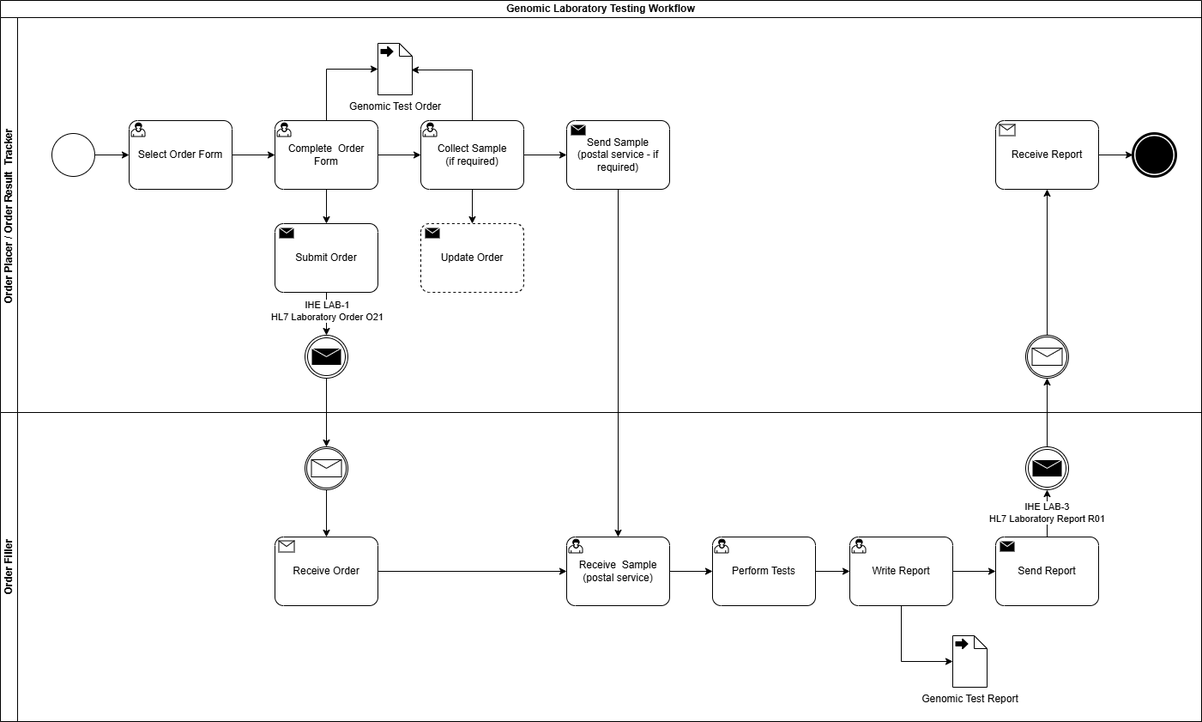
Before: input/images/LTW Use Case 1 and 4.drawio.png, a diagram exported from draw.io (nw-gmsa/nw-gmsa.github.com). Source tidied: cells renumbered, new cells last; positions are measured from the earlier drawing's top-left corner, leaving out a move shared by most shapes.
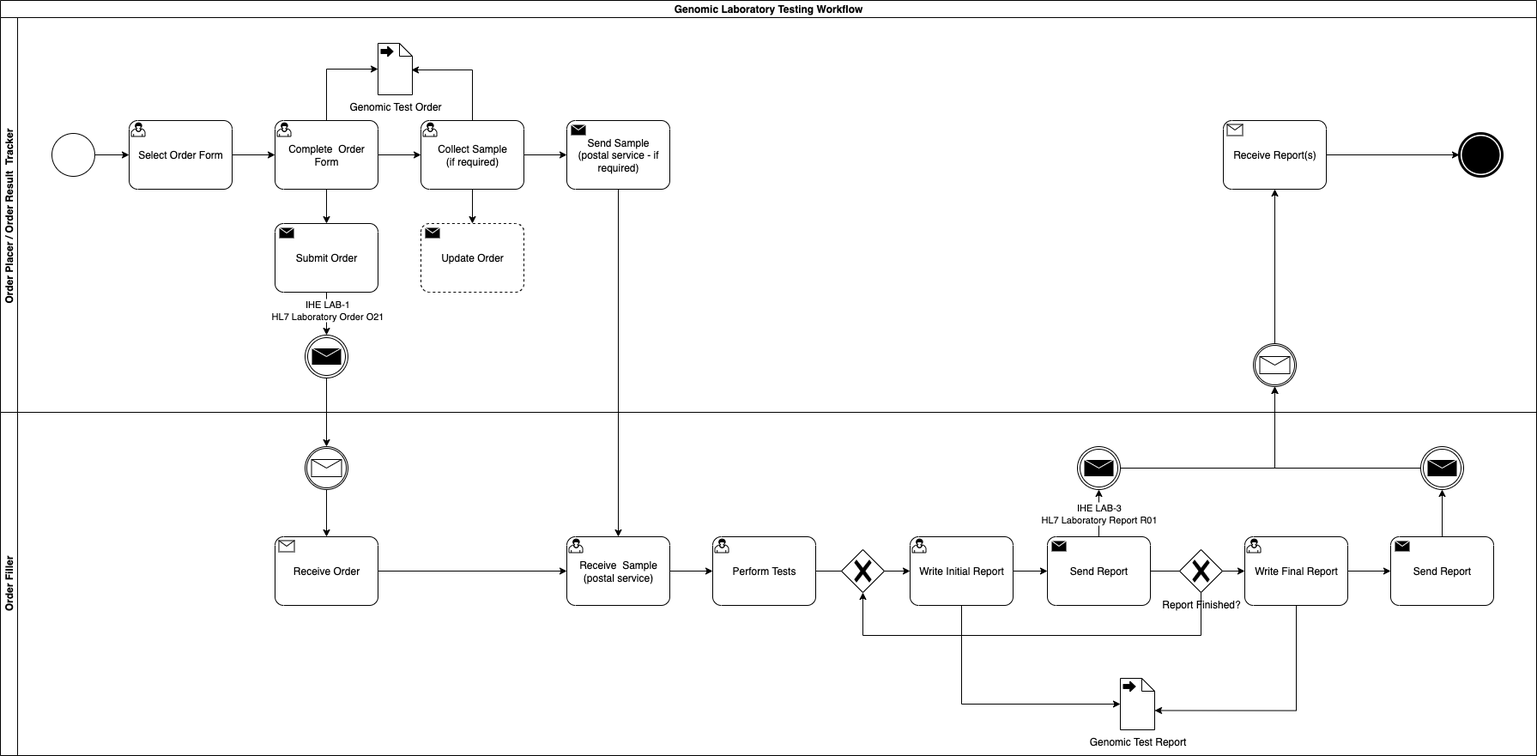
The same diagram one commit later.

Commit message:
Tidy of MRN

What changed in the source:
```diff
@@ -3,10 +3,10 @@
     <mxCell id="0" />
     <mxCell id="1" parent="0" />
     <mxCell id="2" value="Genomic Laboratory Testing Workflow" style="swimlane;html=1;horizontal=1;startSize=20;whiteSpace=wrap;" parent="1" vertex="1">
-      <mxGeometry width="1400" height="840" as="geometry" />
+      <mxGeometry width="1790" height="880" as="geometry" />
     </mxCell>
     <mxCell id="3" value="Order Placer / Order Result&amp;nbsp; Tracker&amp;nbsp;" style="swimlane;html=1;startSize=20;horizontal=0;" parent="2" vertex="1">
-      <mxGeometry y="20" width="1400" height="460" as="geometry" />
+      <mxGeometry y="20" width="1790" height="460" as="geometry" />
     </mxCell>
     <mxCell id="4" style="edgeStyle=orthogonalEdgeStyle;rounded=0;jettySize=auto;html=1;entryX=0;entryY=0.5;entryDx=0;entryDy=0;entryPerimeter=0;" parent="3" edge="1" source="5" target="7">
       <mxGeometry relative="1" as="geometry" />
@@ -60,11 +60,11 @@
     <mxCell id="19" style="edgeStyle=orthogonalEdgeStyle;rounded=0;jettySize=auto;html=1;entryX=0;entryY=0.5;entryDx=0;entryDy=0;entryPerimeter=0;" parent="3" edge="1" source="14" target="18">
       <mxGeometry relative="1" as="geometry" />
     </mxCell>
-    <mxCell id="20" value="Receive Report" style="points=[[0.25,0,0],[0.5,0,0],[0.75,0,0],[1,0.25,0],[1,0.5,0],[1,0.75,0],[0.75,1,0],[0.5,1,0],[0.25,1,0],[0,0.75,0],[0,0.5,0],[0,0.25,0]];shape=mxgraph.bpmn.task2;whiteSpace=wrap;rectStyle=rounded;size=10;html=1;taskMarker=receive;" parent="3" vertex="1">
-      <mxGeometry x="1160" y="120" width="120" height="80" as="geometry" />
+    <mxCell id="20" value="Receive Report(s)" style="points=[[0.25,0,0],[0.5,0,0],[0.75,0,0],[1,0.25,0],[1,0.5,0],[1,0.75,0],[0.75,1,0],[0.5,1,0],[0.25,1,0],[0,0.75,0],[0,0.5,0],[0,0.25,0]];shape=mxgraph.bpmn.task2;whiteSpace=wrap;rectStyle=rounded;size=10;html=1;taskMarker=receive;" parent="3" vertex="1">
+      <mxGeometry x="1425" y="120" width="120" height="80" as="geometry" />
     </mxCell>
     <mxCell id="21" style="points=[[0.145,0.145,0],[0.5,0,0],[0.855,0.145,0],[1,0.5,0],[0.855,0.855,0],[0.5,1,0],[0.145,0.855,0],[0,0.5,0]];shape=mxgraph.bpmn.event;html=1;verticalLabelPosition=bottom;labelBackgroundColor=#ffffff;verticalAlign=top;align=center;perimeter=ellipsePerimeter;outlineConnect=0;outline=end;symbol=terminate;" parent="3" vertex="1">
-      <mxGeometry x="1320" y="135" width="50" height="50" as="geometry" />
+      <mxGeometry x="1700" y="135" width="50" height="50" as="geometry" />
     </mxCell>
     <mxCell id="22" style="edgeStyle=orthogonalEdgeStyle;rounded=0;jettySize=auto;html=1;" parent="3" edge="1" source="20" target="21">
       <mxGeometry relative="1" as="geometry" />
@@ -79,13 +79,13 @@
       <mxGeometry x="-0.18" relative="1" as="geometry" />
     </mxCell>
     <mxCell id="26" style="points=[[0.145,0.145,0],[0.5,0,0],[0.855,0.145,0],[1,0.5,0],[0.855,0.855,0],[0.5,1,0],[0.145,0.855,0],[0,0.5,0]];shape=mxgraph.bpmn.event;html=1;verticalLabelPosition=bottom;labelBackgroundColor=#ffffff;verticalAlign=top;align=center;perimeter=ellipsePerimeter;outlineConnect=0;outline=catching;symbol=message;" parent="3" vertex="1">
-      <mxGeometry x="1195" y="370" width="50" height="50" as="geometry" />
+      <mxGeometry x="1460" y="380" width="50" height="50" as="geometry" />
     </mxCell>
     <mxCell id="27" style="edgeStyle=orthogonalEdgeStyle;rounded=0;jettySize=auto;html=1;entryX=0.5;entryY=1;entryDx=0;entryDy=0;entryPerimeter=0;" parent="3" edge="1" source="26" target="20">
       <mxGeometry relative="1" as="geometry" />
     </mxCell>
     <mxCell id="28" value="Order Filler" style="swimlane;html=1;startSize=20;horizontal=0;" parent="2" vertex="1">
-      <mxGeometry y="480" width="1400" height="360" as="geometry" />
+      <mxGeometry y="480" width="1790" height="400" as="geometry" />
     </mxCell>
     <mxCell id="29" style="edgeStyle=orthogonalEdgeStyle;rounded=0;jettySize=auto;html=1;" parent="28" edge="1" source="30" target="39">
       <mxGeometry relative="1" as="geometry" />
@@ -99,28 +99,18 @@
     <mxCell id="32" value="Perform Tests" style="points=[[0.25,0,0],[0.5,0,0],[0.75,0,0],[1,0.25,0],[1,0.5,0],[1,0.75,0],[0.75,1,0],[0.5,1,0],[0.25,1,0],[0,0.75,0],[0,0.5,0],[0,0.25,0]];shape=mxgraph.bpmn.task2;whiteSpace=wrap;rectStyle=rounded;size=10;html=1;taskMarker=user;" parent="28" vertex="1">
       <mxGeometry x="830" y="145" width="120" height="80" as="geometry" />
     </mxCell>
-    <mxCell id="33" value="Write Report" style="points=[[0.25,0,0],[0.5,0,0],[0.75,0,0],[1,0.25,0],[1,0.5,0],[1,0.75,0],[0.75,1,0],[0.5,1,0],[0.25,1,0],[0,0.75,0],[0,0.5,0],[0,0.25,0]];shape=mxgraph.bpmn.task2;whiteSpace=wrap;rectStyle=rounded;size=10;html=1;taskMarker=user;" parent="28" vertex="1">
-      <mxGeometry x="990" y="145" width="120" height="80" as="geometry" />
+    <mxCell id="33" value="Write Initial Report" style="points=[[0.25,0,0],[0.5,0,0],[0.75,0,0],[1,0.25,0],[1,0.5,0],[1,0.75,0],[0.75,1,0],[0.5,1,0],[0.25,1,0],[0,0.75,0],[0,0.5,0],[0,0.25,0]];shape=mxgraph.bpmn.task2;whiteSpace=wrap;rectStyle=rounded;size=10;html=1;taskMarker=user;" parent="28" vertex="1">
+      <mxGeometry x="1060" y="145" width="120" height="80" as="geometry" />
     </mxCell>
     <mxCell id="34" style="edgeStyle=orthogonalEdgeStyle;rounded=0;jettySize=auto;html=1;entryX=0;entryY=0.5;entryDx=0;entryDy=0;entryPerimeter=0;" parent="28" edge="1" source="32" target="33">
       <mxGeometry relative="1" as="geometry" />
     </mxCell>
     <mxCell id="35" value="Send Report" style="points=[[0.25,0,0],[0.5,0,0],[0.75,0,0],[1,0.25,0],[1,0.5,0],[1,0.75,0],[0.75,1,0],[0.5,1,0],[0.25,1,0],[0,0.75,0],[0,0.5,0],[0,0.25,0]];shape=mxgraph.bpmn.task2;whiteSpace=wrap;rectStyle=rounded;size=10;html=1;taskMarker=send;" parent="28" vertex="1">
-      <mxGeometry x="1160" y="145" width="120" height="80" as="geometry" />
+      <mxGeometry x="1220" y="145" width="120" height="80" as="geometry" />
     </mxCell>
-    <mxCell id="36" style="edgeStyle=orthogonalEdgeStyle;rounded=0;jettySize=auto;html=1;entryX=0;entryY=0.5;entryDx=0;entryDy=0;entryPerimeter=0;" parent="28" edge="1" source="33" target="35">
-      <mxGeometry relative="1" as="geometry" />
-    </mxCell>
     <mxCell id="37" value="Genomic Test Report" style="shape=mxgraph.bpmn.data2;labelPosition=center;verticalLabelPosition=bottom;align=center;verticalAlign=top;size=15;html=1;bpmnTransferType=output;" parent="28" vertex="1">
-      <mxGeometry x="1110" y="260" width="40" height="60" as="geometry" />
+      <mxGeometry x="1305" y="310" width="40" height="60" as="geometry" />
     </mxCell>
-    <mxCell id="38" style="edgeStyle=orthogonalEdgeStyle;rounded=0;jettySize=auto;html=1;entryX=0;entryY=0.5;entryDx=0;entryDy=0;entryPerimeter=0;" parent="28" edge="1" source="33" target="37">
-      <mxGeometry relative="1" as="geometry">
-        <Array as="points">
-          <mxPoint x="1050" y="175" />
-        </Array>
-      </mxGeometry>
-    </mxCell>
     <mxCell id="39" value="Receive&amp;nbsp; Sample&lt;br&gt;(postal service)" style="points=[[0.25,0,0],[0.5,0,0],[0.75,0,0],[1,0.25,0],[1,0.5,0],[1,0.75,0],[0.75,1,0],[0.5,1,0],[0.25,1,0],[0,0.75,0],[0,0.5,0],[0,0.25,0]];shape=mxgraph.bpmn.task2;whiteSpace=wrap;rectStyle=rounded;size=10;html=1;taskMarker=user;bpmnShapeType=task;" parent="28" vertex="1">
       <mxGeometry x="660" y="145" width="120" height="80" as="geometry" />
     </mxCell>
@@ -131,7 +121,7 @@
       <mxGeometry x="355" y="40" width="50" height="50" as="geometry" />
     </mxCell>
     <mxCell id="42" style="points=[[0.145,0.145,0],[0.5,0,0],[0.855,0.145,0],[1,0.5,0],[0.855,0.855,0],[0.5,1,0],[0.145,0.855,0],[0,0.5,0]];shape=mxgraph.bpmn.event;html=1;verticalLabelPosition=bottom;labelBackgroundColor=#ffffff;verticalAlign=top;align=center;perimeter=ellipsePerimeter;outlineConnect=0;outline=throwing;symbol=message;" parent="28" vertex="1">
-      <mxGeometry x="1195" y="40" width="50" height="50" as="geometry" />
+      <mxGeometry x="1255" y="40" width="50" height="50" as="geometry" />
     </mxCell>
     <mxCell id="43" style="edgeStyle=orthogonalEdgeStyle;rounded=0;jettySize=auto;html=1;entryX=0.5;entryY=1;entryDx=0;entryDy=0;entryPerimeter=0;" parent="28" edge="1" source="35" target="42">
       <mxGeometry relative="1" as="geometry" />
@@ -139,6 +129,35 @@
     <mxCell id="44" value="IHE LAB-3&lt;br&gt;HL7 Laboratory Report R01" style="edgeLabel;html=1;align=center;verticalAlign=middle;" parent="43" vertex="1">
       <mxGeometry x="0.04" y="1" relative="1" as="geometry" />
     </mxCell>
+    <mxCell id="48" style="points=[[0.145,0.145,0],[0.5,0,0],[0.855,0.145,0],[1,0.5,0],[0.855,0.855,0],[0.5,1,0],[0.145,0.855,0],[0,0.5,0]];shape=mxgraph.bpmn.event;html=1;verticalLabelPosition=bottom;labelBackgroundColor=#ffffff;verticalAlign=top;align=center;perimeter=ellipsePerimeter;outlineConnect=0;outline=throwing;symbol=message;" parent="28" vertex="1">
+      <mxGeometry x="1655" y="40" width="50" height="50" as="geometry" />
+    </mxCell>
+    <mxCell id="49" style="points=[[0.25,0.25,0],[0.5,0,0],[0.75,0.25,0],[1,0.5,0],[0.75,0.75,0],[0.5,1,0],[0.25,0.75,0],[0,0.5,0]];shape=mxgraph.bpmn.gateway2;html=1;verticalLabelPosition=bottom;labelBackgroundColor=#ffffff;verticalAlign=top;align=center;perimeter=rhombusPerimeter;outlineConnect=0;outline=none;symbol=none;gwType=exclusive;" parent="28" vertex="1">
+      <mxGeometry x="980" y="160" width="50" height="50" as="geometry" />
+    </mxCell>
+    <mxCell id="36" style="edgeStyle=orthogonalEdgeStyle;rounded=0;jettySize=auto;html=1;entryX=0;entryY=0.5;entryDx=0;entryDy=0;entryPerimeter=0;" parent="28" edge="1" source="33" target="35">
+      <mxGeometry relative="1" as="geometry" />
+    </mxCell>
+    <mxCell id="50" value="Write Final Report" style="points=[[0.25,0,0],[0.5,0,0],[0.75,0,0],[1,0.25,0],[1,0.5,0],[1,0.75,0],[0.75,1,0],[0.5,1,0],[0.25,1,0],[0,0.75,0],[0,0.5,0],[0,0.25,0]];shape=mxgraph.bpmn.task2;whiteSpace=wrap;rectStyle=rounded;size=10;html=1;taskMarker=user;" parent="28" vertex="1">
+      <mxGeometry x="1450" y="145" width="120" height="80" as="geometry" />
+    </mxCell>
+    <mxCell id="51" style="edgeStyle=orthogonalEdgeStyle;rounded=0;jettySize=auto;html=1;" parent="28" edge="1" source="35" target="50">
+      <mxGeometry relative="1" as="geometry" />
+    </mxCell>
+    <mxCell id="52" style="edgeStyle=orthogonalEdgeStyle;rounded=0;jettySize=auto;html=1;entryX=0;entryY=0;entryDx=40;entryDy=37.5;entryPerimeter=0;" parent="28" edge="1" source="50" target="37">
+      <mxGeometry relative="1" as="geometry">
+        <Array as="points">
+          <mxPoint x="1510" y="348" />
+        </Array>
+      </mxGeometry>
+    </mxCell>
+    <mxCell id="38" style="edgeStyle=orthogonalEdgeStyle;rounded=0;jettySize=auto;html=1;entryX=0;entryY=0.5;entryDx=0;entryDy=0;entryPerimeter=0;" parent="28" edge="1" source="33" target="37">
+      <mxGeometry relative="1" as="geometry">
+        <Array as="points">
+          <mxPoint x="1120" y="340" />
+        </Array>
+      </mxGeometry>
+    </mxCell>
     <mxCell id="45" style="edgeStyle=orthogonalEdgeStyle;rounded=0;jettySize=auto;html=1;" parent="2" edge="1" source="18" target="39">
       <mxGeometry relative="1" as="geometry" />
     </mxCell>
@@ -148,5 +167,28 @@
     <mxCell id="47" style="edgeStyle=orthogonalEdgeStyle;rounded=0;jettySize=auto;html=1;entryX=0.5;entryY=1;entryDx=0;entryDy=0;entryPerimeter=0;" parent="2" edge="1" source="42" target="26">
       <mxGeometry relative="1" as="geometry" />
     </mxCell>
+    <mxCell id="53" style="edgeStyle=orthogonalEdgeStyle;rounded=0;jettySize=auto;html=1;entryX=0.5;entryY=1;entryDx=0;entryDy=0;entryPerimeter=0;" parent="2" edge="1" source="48" target="26">
+      <mxGeometry relative="1" as="geometry" />
+    </mxCell>
+    <mxCell id="54" value="Send Report" style="points=[[0.25,0,0],[0.5,0,0],[0.75,0,0],[1,0.25,0],[1,0.5,0],[1,0.75,0],[0.75,1,0],[0.5,1,0],[0.25,1,0],[0,0.75,0],[0,0.5,0],[0,0.25,0]];shape=mxgraph.bpmn.task2;whiteSpace=wrap;rectStyle=rounded;size=10;html=1;taskMarker=send;" parent="1" vertex="1">
+      <mxGeometry x="1620" y="625" width="120" height="80" as="geometry" />
+    </mxCell>
+    <mxCell id="55" style="edgeStyle=orthogonalEdgeStyle;rounded=0;jettySize=auto;html=1;" parent="1" edge="1" source="50" target="54">
+      <mxGeometry relative="1" as="geometry" />
+    </mxCell>
+    <mxCell id="56" style="edgeStyle=orthogonalEdgeStyle;rounded=0;jettySize=auto;html=1;entryX=0.5;entryY=1;entryDx=0;entryDy=0;entryPerimeter=0;" parent="1" edge="1" source="54" target="48">
+      <mxGeometry relative="1" as="geometry" />
+    </mxCell>
+    <mxCell id="57" value="Report Finished?" style="points=[[0.25,0.25,0],[0.5,0,0],[0.75,0.25,0],[1,0.5,0],[0.75,0.75,0],[0.5,1,0],[0.25,0.75,0],[0,0.5,0]];shape=mxgraph.bpmn.gateway2;html=1;verticalLabelPosition=bottom;labelBackgroundColor=#ffffff;verticalAlign=top;align=center;perimeter=rhombusPerimeter;outlineConnect=0;outline=none;symbol=none;gwType=exclusive;" parent="1" vertex="1">
+      <mxGeometry x="1374" y="640" width="50" height="50" as="geometry" />
+    </mxCell>
+    <mxCell id="58" style="edgeStyle=orthogonalEdgeStyle;rounded=0;jettySize=auto;html=1;entryX=0.5;entryY=1;entryDx=0;entryDy=0;entryPerimeter=0;" parent="1" edge="1" source="57" target="49">
+      <mxGeometry relative="1" as="geometry">
+        <Array as="points">
+          <mxPoint x="1399" y="740" />
+          <mxPoint x="1005" y="740" />
+        </Array>
+      </mxGeometry>
+    </mxCell>
   </root>
 </mxGraphModel>
```
